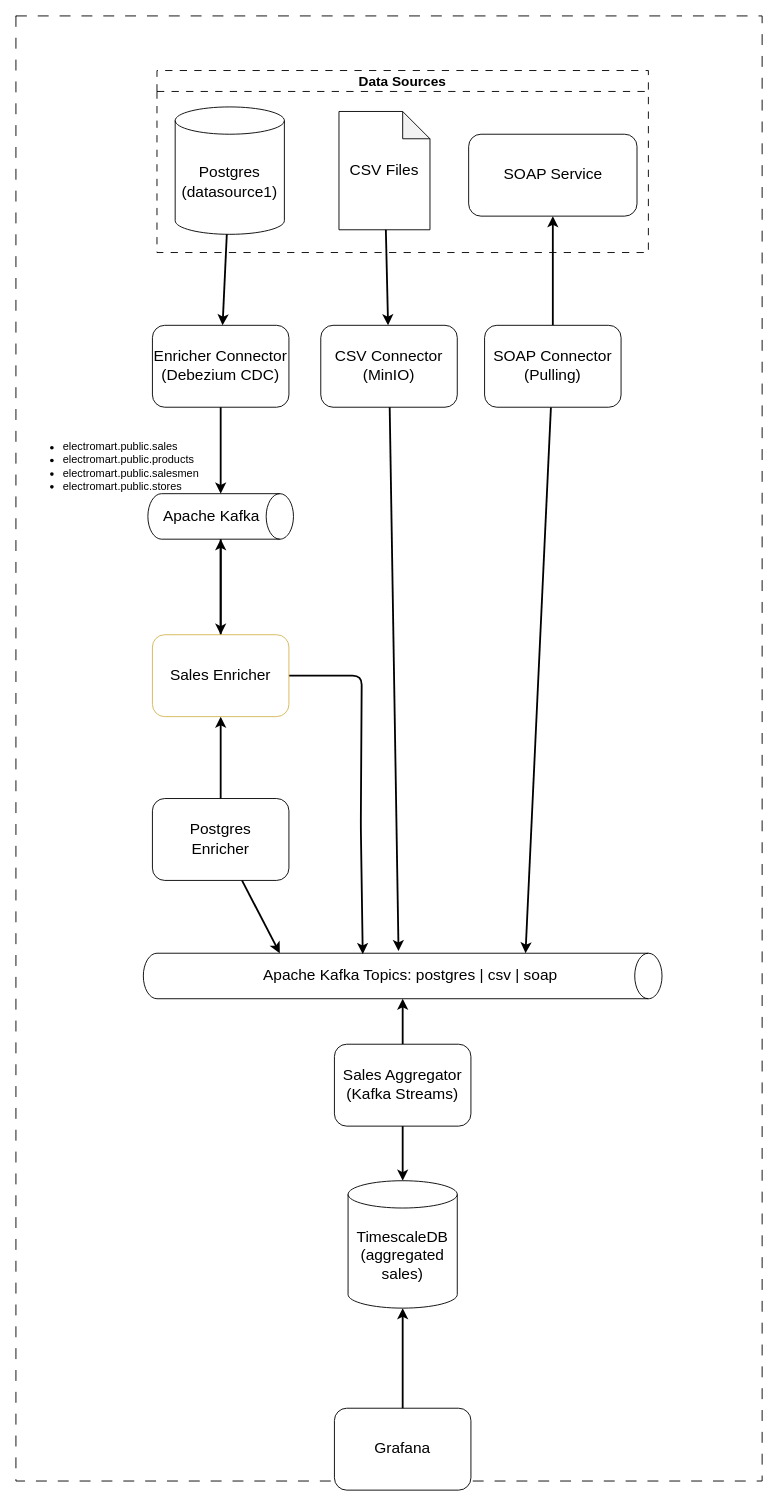
Earlier version of the draw.io diagram data/salesman-kata-v2/diagrams/solutions.drawio (codegik/team-red). Source tidied: cells renumbered, new cells numbered last; positions are measured from the earlier drawing's top-left corner, leaving out a move shared by most shapes. Both pictures are drawn from the tidied source at 91%, with x=0, y=0 at pixel (15, 15).
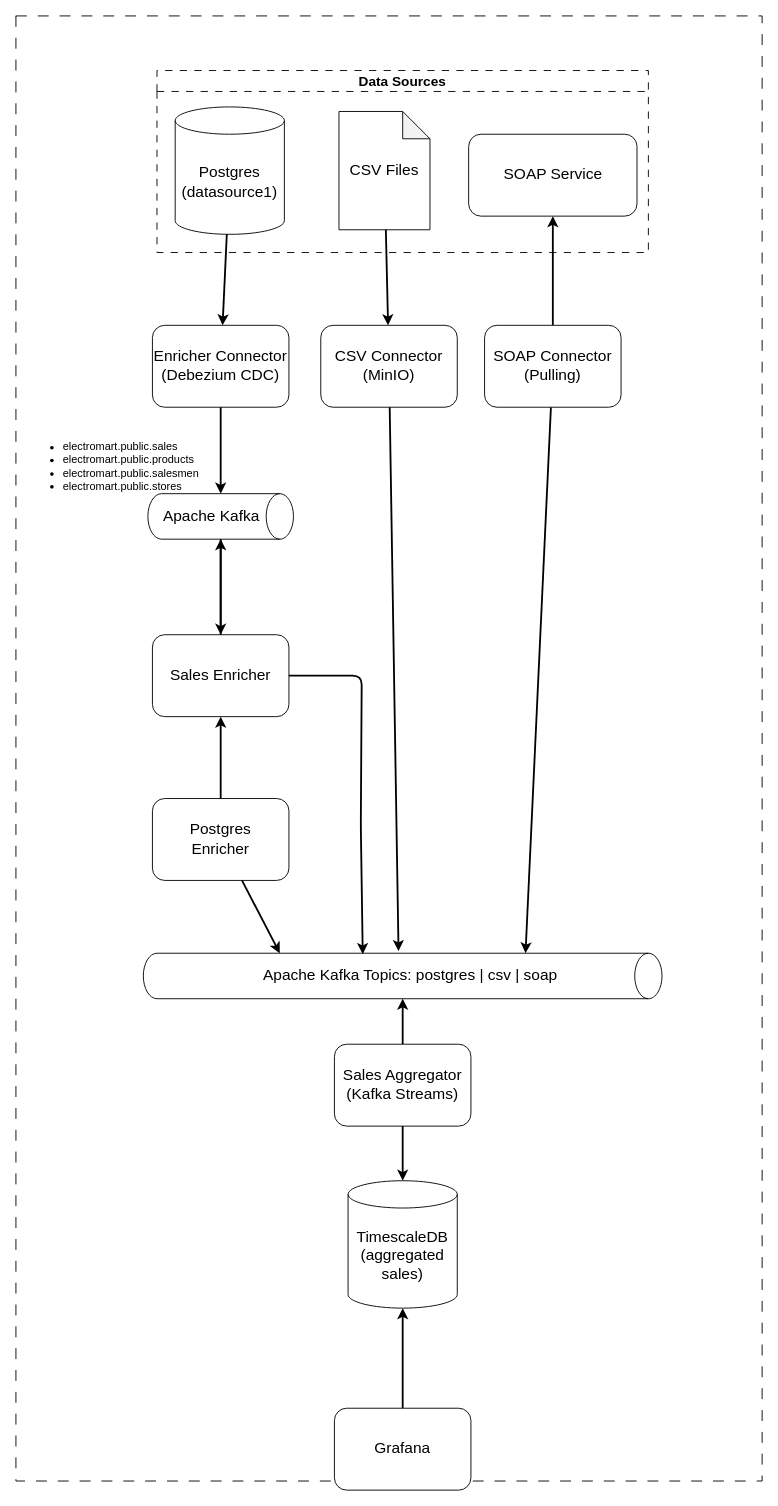
The same diagram, later.

Commit message (it also covers changes not shown here):
fixing sales enricher and png file

Change to the diagram source:
```diff
@@
-    <mxCell id="33" value="&lt;font style=&quot;font-size: 17px;&quot;&gt;Sales Enricher&lt;/font&gt;" style="rounded=1;whiteSpace=wrap;html=1;fillColor=none;strokeColor=#D6B656;" parent="1" vertex="1">
+    <mxCell id="33" value="&lt;font style=&quot;font-size: 17px;&quot;&gt;Sales Enricher&lt;/font&gt;" style="rounded=1;whiteSpace=wrap;html=1;fillColor=none;strokeColor=default;" parent="1" vertex="1">
       <mxGeometry x="150" y="680" width="150" height="90" as="geometry" />
     </mxCell>
```
